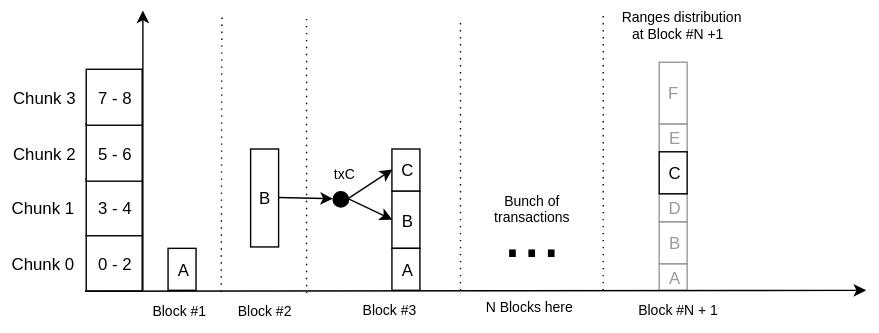
artall64/tmp-isao-images keeps this draw.io diagram as after-n-blocks.svg. Above is the earlier version. Source tidied: cells renumbered, new cells last; positions are measured from the earlier drawing's top-left corner, leaving out a move shared by most shapes.
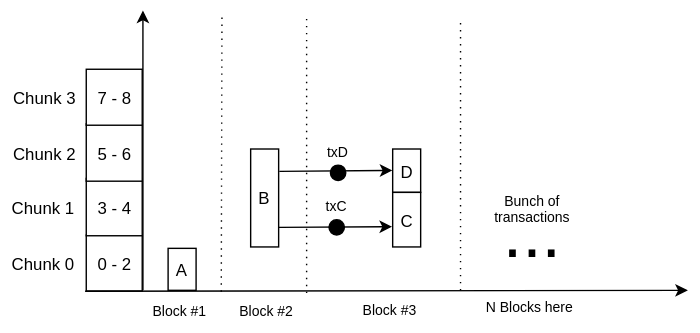
After the commit.

What changed in the source:
```diff
@@ -29,38 +29,17 @@
     <mxCell id="7" value="Block #2&lt;br style=&quot;font-size: 10px;&quot;&gt;" style="text;html=1;strokeColor=none;fillColor=none;align=center;verticalAlign=middle;whiteSpace=wrap;rounded=0;fontSize=10;" parent="1" vertex="1">
       <mxGeometry x="163.5" y="206" width="50" height="20" as="geometry" />
     </mxCell>
-    <mxCell id="8" value="B" style="rounded=0;whiteSpace=wrap;html=1;" parent="1" vertex="1">
-      <mxGeometry x="279.5" y="130" width="20" height="41" as="geometry" />
-    </mxCell>
-    <mxCell id="9" value="C" style="rounded=0;whiteSpace=wrap;html=1;" parent="1" vertex="1">
-      <mxGeometry x="279.5" y="100" width="20" height="30" as="geometry" />
-    </mxCell>
     <mxCell id="10" style="ellipse;whiteSpace=wrap;html=1;fillColor=#000000;" parent="1" vertex="1">
-      <mxGeometry x="237.5" y="130" width="11" height="11" as="geometry" />
+      <mxGeometry x="234" y="150.5" width="11" height="11" as="geometry" />
     </mxCell>
-    <mxCell id="11" style="endArrow=classic;html=1;exitX=1;exitY=0.5;entryX=0;entryY=0.5;" parent="1" edge="1" source="10" target="8">
-      <mxGeometry relative="1" as="geometry" />
-    </mxCell>
-    <mxCell id="12" style="endArrow=classic;html=1;exitX=1;exitY=0.5;entryX=0;entryY=0.5;" parent="1" edge="1" source="10" target="9">
-      <mxGeometry relative="1" as="geometry" />
-    </mxCell>
     <mxCell id="13" style="endArrow=none;dashed=1;html=1;dashPattern=1 4;" parent="1" edge="1">
       <mxGeometry relative="1" as="geometry">
         <mxPoint x="328.5" y="201" as="sourcePoint" />
         <mxPoint x="328.5" y="6" as="targetPoint" />
       </mxGeometry>
     </mxCell>
-    <mxCell id="14" style="endArrow=none;dashed=1;html=1;dashPattern=1 4;" parent="1" edge="1">
-      <mxGeometry relative="1" as="geometry">
-        <mxPoint x="430.5" y="201" as="sourcePoint" />
-        <mxPoint x="430.5" y="3" as="targetPoint" />
-      </mxGeometry>
-    </mxCell>
-    <mxCell id="15" style="endArrow=classic;html=1;exitX=1;exitY=0.5;entryX=0;entryY=0.5;" parent="1" edge="1" source="2" target="10">
-      <mxGeometry relative="1" as="geometry" />
-    </mxCell>
     <mxCell id="16" value="txC" style="text;html=1;strokeColor=none;fillColor=none;align=center;verticalAlign=middle;whiteSpace=wrap;rounded=0;fontSize=10;" parent="1" vertex="1">
-      <mxGeometry x="225.5" y="108" width="39" height="20" as="geometry" />
+      <mxGeometry x="227" y="136" width="25" height="10" as="geometry" />
     </mxCell>
     <mxCell id="17" value="..." style="text;html=1;strokeColor=none;fillColor=none;align=center;verticalAlign=middle;whiteSpace=wrap;rounded=0;fontSize=50;" parent="1" vertex="1">
       <mxGeometry x="340.5" y="142" width="78" height="36" as="geometry" />
@@ -68,24 +47,6 @@
     <mxCell id="18" value="Bunch of transactions&lt;br style=&quot;font-size: 10px&quot;&gt;" style="text;html=1;strokeColor=none;fillColor=none;align=center;verticalAlign=middle;whiteSpace=wrap;rounded=0;fontSize=10;" parent="1" vertex="1">
       <mxGeometry x="340" y="120" width="80" height="46" as="geometry" />
     </mxCell>
-    <mxCell id="19" value="A" style="rounded=0;whiteSpace=wrap;html=1;fontColor=#999999;strokeColor=#999999;" parent="1" vertex="1">
-      <mxGeometry x="470.5" y="182" width="20" height="19" as="geometry" />
-    </mxCell>
-    <mxCell id="20" value="B" style="rounded=0;whiteSpace=wrap;html=1;fontColor=#999999;strokeColor=#999999;" parent="1" vertex="1">
-      <mxGeometry x="470.5" y="152" width="20" height="30" as="geometry" />
-    </mxCell>
-    <mxCell id="21" value="D" style="rounded=0;whiteSpace=wrap;html=1;fontColor=#999999;strokeColor=#999999;" parent="1" vertex="1">
-      <mxGeometry x="470.5" y="132" width="20" height="20" as="geometry" />
-    </mxCell>
-    <mxCell id="22" value="E" style="rounded=0;whiteSpace=wrap;html=1;strokeColor=#999999;fontColor=#999999;" parent="1" vertex="1">
-      <mxGeometry x="470.5" y="82" width="20" height="20" as="geometry" />
-    </mxCell>
-    <mxCell id="23" value="F" style="rounded=0;whiteSpace=wrap;html=1;strokeColor=#999999;fontColor=#999999;" parent="1" vertex="1">
-      <mxGeometry x="470.5" y="38" width="20" height="44" as="geometry" />
-    </mxCell>
-    <mxCell id="24" value="C" style="rounded=0;whiteSpace=wrap;html=1;" parent="1" vertex="1">
-      <mxGeometry x="470.5" y="102" width="20" height="30" as="geometry" />
-    </mxCell>
     <mxCell id="25" value="0 - 2" style="rounded=0;whiteSpace=wrap;html=1;" parent="1" vertex="1">
       <mxGeometry x="61" y="161.5" width="40" height="40" as="geometry" />
     </mxCell>
@@ -116,7 +77,7 @@
     <mxCell id="34" style="endArrow=classic;html=1;exitX=0.004;exitY=1.017;exitPerimeter=0;" parent="1" edge="1">
       <mxGeometry relative="1" as="geometry">
         <mxPoint x="60.2" y="201.7" as="sourcePoint" />
-        <mxPoint x="618.5" y="201" as="targetPoint" />
+        <mxPoint x="491" y="201" as="targetPoint" />
       </mxGeometry>
     </mxCell>
     <mxCell id="35" value="Block #3" style="text;html=1;fontSize=10;fontColor=#000000;" parent="1" vertex="1">
@@ -125,14 +86,31 @@
     <mxCell id="36" value="N Blocks here" style="text;html=1;fontSize=10;fontColor=#000000;" parent="1" vertex="1">
       <mxGeometry x="344.5" y="201" width="70" height="30" as="geometry" />
     </mxCell>
-    <mxCell id="37" value="Block #N + 1" style="text;html=1;fontSize=10;fontColor=#000000;" parent="1" vertex="1">
-      <mxGeometry x="453.5" y="203" width="60" height="26" as="geometry" />
-    </mxCell>
-    <mxCell id="38" value="Ranges distribution at Block #N +1&amp;nbsp;&amp;nbsp;&lt;br style=&quot;font-size: 10px&quot;&gt;" style="text;html=1;strokeColor=none;fillColor=none;align=center;verticalAlign=middle;whiteSpace=wrap;rounded=0;fontSize=10;" parent="1" vertex="1">
-      <mxGeometry x="442" width="90" height="24" as="geometry" />
-    </mxCell>
-    <mxCell id="39" value="A" style="rounded=0;whiteSpace=wrap;html=1;" parent="1" vertex="1">
-      <mxGeometry x="279.5" y="171" width="20" height="30" as="geometry" />
-    </mxCell>
+    <mxCell id="40" style="group;" parent="1" vertex="1">
+      <mxGeometry x="225" y="96.5" width="30" height="13" as="geometry" />
+    </mxCell>
+    <mxCell id="41" value="txD" style="text;html=1;strokeColor=none;fillColor=none;align=center;verticalAlign=middle;whiteSpace=wrap;rounded=0;fontSize=10;" parent="40" vertex="1">
+      <mxGeometry x="10.1" y="2.5" width="11.5" height="6.3" as="geometry" />
+    </mxCell>
+    <mxCell id="42" style="ellipse;whiteSpace=wrap;html=1;fillColor=#000000;" parent="1" vertex="1">
+      <mxGeometry x="235" y="111" width="11" height="11" as="geometry" />
+    </mxCell>
+    <mxCell id="21" value="D" style="rounded=0;whiteSpace=wrap;html=1;" parent="1" vertex="1">
+      <mxGeometry x="280" y="100" width="20" height="31" as="geometry" />
+    </mxCell>
+    <mxCell id="43" value="C" style="rounded=0;whiteSpace=wrap;html=1;" parent="1" vertex="1">
+      <mxGeometry x="280" y="131" width="20" height="39" as="geometry" />
+    </mxCell>
+    <mxCell id="44" style="endArrow=classic;html=1;entryX=0;entryY=0.5;" parent="1" edge="1" target="21">
+      <mxGeometry relative="1" as="geometry">
+        <mxPoint x="199" y="116" as="sourcePoint" />
+      </mxGeometry>
+    </mxCell>
+    <mxCell id="45" style="endArrow=classic;html=1;entryX=0;entryY=0.5;" parent="1" edge="1">
+      <mxGeometry relative="1" as="geometry">
+        <mxPoint x="198.5" y="156" as="sourcePoint" />
+        <mxPoint x="279.6" y="155.6" as="targetPoint" />
+      </mxGeometry>
+    </mxCell>
   </root>
 </mxGraphModel>
```
